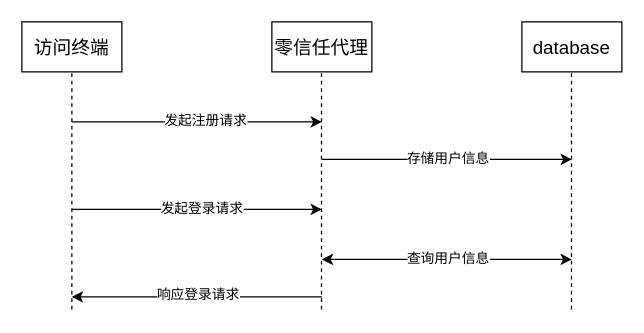
The draw.io diagram testDirectory/终端身份认证流程.drawio in Moose1273/-, before the edit. Source tidied: cells renumbered, new cells numbered last; positions are measured from the earlier drawing's top-left corner, leaving out a move shared by most shapes. Both pictures are drawn from the tidied source at 125%, with x=0, y=0 at pixel (21, 21).
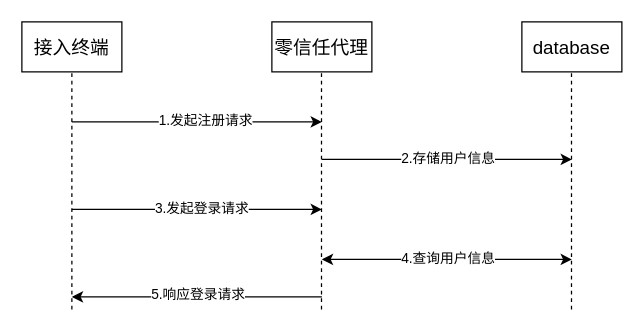
The same page after the edit.

Commit message (it also covers changes not shown here):
更新终端身份认证流程.drawio

The change refers to these unchanged cells:
```xml
<mxCell id="8" style="endArrow=classic;html=1;rounded=0;" parent="1" edge="1">
  <mxGeometry relative="1" as="geometry">
    <mxPoint x="40" y="80" as="sourcePoint" />
    <mxPoint x="240" y="80" as="targetPoint" />
  </mxGeometry>
</mxCell>
<mxCell id="10" style="endArrow=classic;html=1;rounded=0;" parent="1" edge="1">
  <mxGeometry relative="1" as="geometry">
    <mxPoint x="240" y="110" as="sourcePoint" />
    <mxPoint x="440" y="110" as="targetPoint" />
  </mxGeometry>
</mxCell>
<mxCell id="12" style="endArrow=classic;html=1;rounded=0;" parent="1" edge="1">
  <mxGeometry relative="1" as="geometry">
    <mxPoint x="40" y="150" as="sourcePoint" />
    <mxPoint x="240" y="150" as="targetPoint" />
  </mxGeometry>
</mxCell>
<mxCell id="14" style="endArrow=classic;startArrow=classic;html=1;rounded=0;" parent="1" edge="1">
  <mxGeometry relative="1" as="geometry">
    <mxPoint x="240" y="190" as="sourcePoint" />
    <mxPoint x="440" y="190" as="targetPoint" />
  </mxGeometry>
</mxCell>
<mxCell id="16" style="endArrow=classic;html=1;rounded=0;" parent="1" edge="1">
  <mxGeometry relative="1" as="geometry">
    <mxPoint x="240" y="220" as="sourcePoint" />
    <mxPoint x="40" y="220" as="targetPoint" />
  </mxGeometry>
</mxCell>
```

The edit, as a diff of the source:
```diff
@@
-    <mxCell id="2" value="&lt;font style=&quot;font-size: 15px;&quot;&gt;访问终端&lt;/font&gt;" style="rounded=0;whiteSpace=wrap;html=1;" parent="1" vertex="1">
+    <mxCell id="2" value="&lt;font style=&quot;font-size: 15px;&quot;&gt;接入终端&lt;/font&gt;" style="rounded=0;whiteSpace=wrap;html=1;" parent="1" vertex="1">
       <mxGeometry width="80" height="40" as="geometry" />
     </mxCell>
@@
-    <mxCell id="9" value="发起注册请求" style="edgeLabel;html=1;align=center;verticalAlign=middle;" parent="8" vertex="1">
+    <mxCell id="9" value="1.发起注册请求" style="edgeLabel;html=1;align=center;verticalAlign=middle;" parent="8" vertex="1">
       <mxGeometry x="0.06" y="2" relative="1" as="geometry" />
     </mxCell>
@@
-    <mxCell id="11" value="存储用户信息" style="edgeLabel;html=1;align=center;verticalAlign=middle;" parent="10" vertex="1">
+    <mxCell id="11" value="2.存储用户信息" style="edgeLabel;html=1;align=center;verticalAlign=middle;" parent="10" vertex="1">
       <mxGeometry x="-0.14" y="2" relative="1" as="geometry">
         <mxPoint x="14" as="offset" />
       </mxGeometry>
     </mxCell>
@@
-    <mxCell id="13" value="发起登录请求" style="edgeLabel;html=1;align=center;verticalAlign=middle;" parent="12" vertex="1">
+    <mxCell id="13" value="3.发起登录请求" style="edgeLabel;html=1;align=center;verticalAlign=middle;" parent="12" vertex="1">
       <mxGeometry x="0.03" y="2" relative="1" as="geometry" />
     </mxCell>
@@
-    <mxCell id="15" value="查询用户信息" style="edgeLabel;html=1;align=center;verticalAlign=middle;" parent="14" vertex="1">
+    <mxCell id="15" value="4.查询用户信息" style="edgeLabel;html=1;align=center;verticalAlign=middle;" parent="14" vertex="1">
       <mxGeometry x="-0.07" y="2" relative="1" as="geometry">
         <mxPoint x="7" as="offset" />
       </mxGeometry>
     </mxCell>
@@
-    <mxCell id="17" value="响应登录请求" style="edgeLabel;html=1;align=center;verticalAlign=middle;" parent="16" vertex="1">
+    <mxCell id="17" value="5.响应登录请求" style="edgeLabel;html=1;align=center;verticalAlign=middle;" parent="16" vertex="1">
       <mxGeometry x="0.06" y="-3" relative="1" as="geometry">
         <mxPoint x="6" as="offset" />
       </mxGeometry>
     </mxCell>
```
